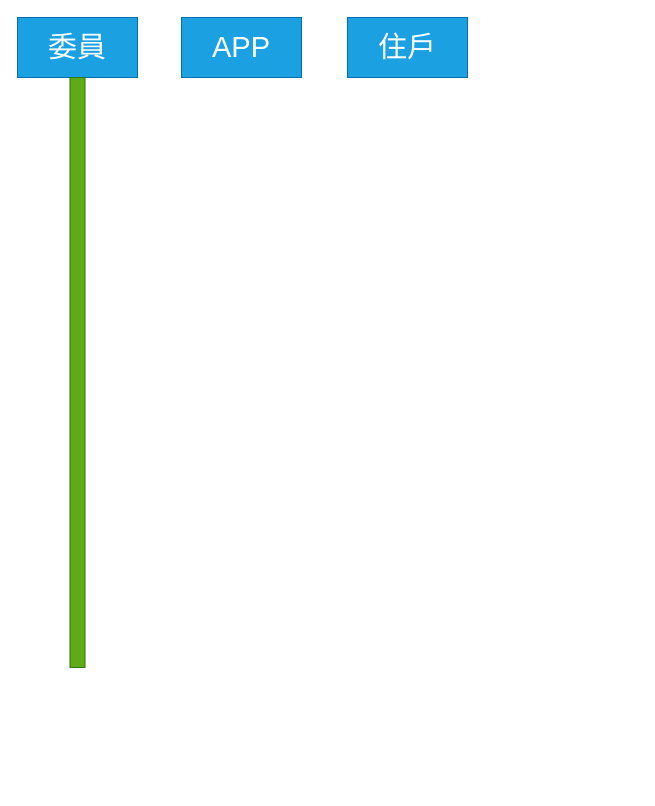
This is anser.drawio from chihuahua1123/111-2HW4, a draw.io file, before an edit. Source tidied: cells renumbered, new cells numbered last; positions are measured from the earlier drawing's top-left corner, leaving out a move shared by most shapes. Both pictures are drawn from the tidied source at 100%, with x=0, y=0 at pixel (17, 17).
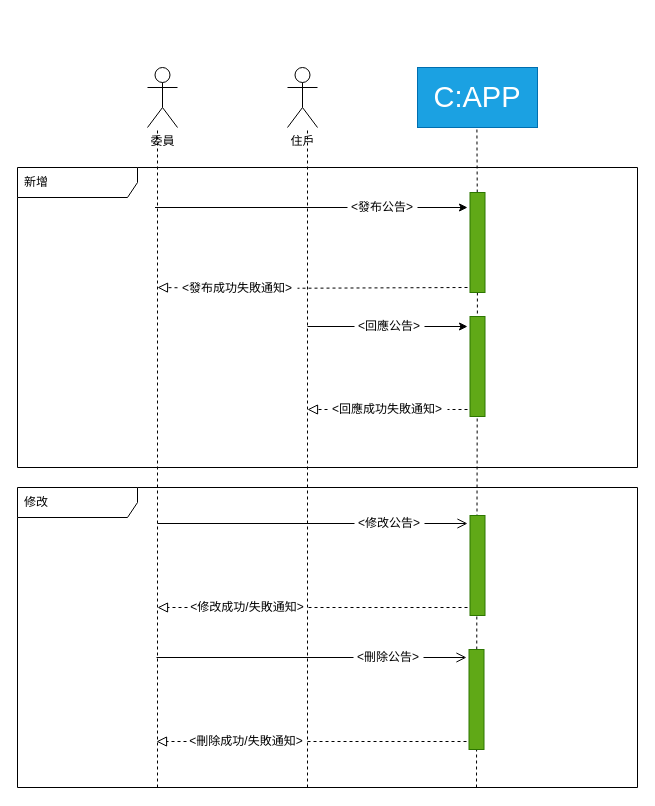
Above is the later version.

Change to the diagram source:
```diff
@@
+    <mxCell id="4" value="&lt;span style=&quot;font-size: 29px;&quot;&gt;C:APP&lt;/span&gt;" style="rounded=0;whiteSpace=wrap;html=1;fillColor=#1ba1e2;fontColor=#ffffff;strokeColor=#006EAF;" parent="1" vertex="1">
+      <mxGeometry x="400" y="50" width="120" height="60" as="geometry" />
+    </mxCell>
+    <mxCell id="6" style="endArrow=none;dashed=1;html=1;" parent="1" edge="1">
+      <mxGeometry relative="1" as="geometry">
+        <mxPoint x="290" y="770" as="sourcePoint" />
+        <mxPoint x="290" y="110" as="targetPoint" />
+      </mxGeometry>
+    </mxCell>
+    <mxCell id="7" style="endArrow=none;dashed=1;html=1;startArrow=none;" parent="1" edge="1" source="12">
+      <mxGeometry relative="1" as="geometry">
+        <mxPoint x="459.4" y="110" as="targetPoint" />
+      </mxGeometry>
+    </mxCell>
+    <mxCell id="8" style="endArrow=classic;html=1;startArrow=none;" parent="1" edge="1" source="10">
+      <mxGeometry relative="1" as="geometry">
+        <mxPoint x="450" y="190" as="targetPoint" />
+      </mxGeometry>
+    </mxCell>
+    <mxCell id="9" style="endArrow=none;html=1;" parent="1" edge="1" target="10">
+      <mxGeometry relative="1" as="geometry">
+        <mxPoint x="137.5" y="190" as="sourcePoint" />
+      </mxGeometry>
+    </mxCell>
+    <mxCell id="10" value="&amp;lt;發布公告&amp;gt;" style="text;html=1;strokeColor=none;fillColor=none;align=center;verticalAlign=middle;whiteSpace=wrap;rounded=0;" parent="1" vertex="1">
+      <mxGeometry x="330" y="175" width="70" height="30" as="geometry" />
+    </mxCell>
+    <mxCell id="11" style="endArrow=none;dashed=1;html=1;" parent="1" edge="1" target="12">
+      <mxGeometry relative="1" as="geometry">
+        <mxPoint x="459" y="770" as="sourcePoint" />
+      </mxGeometry>
+    </mxCell>
+    <mxCell id="12" style="rounded=0;whiteSpace=wrap;html=1;fontSize=29;fillColor=#60a917;fontColor=#ffffff;strokeColor=#2D7600;" parent="1" vertex="1">
+      <mxGeometry x="452.5" y="175" width="15" height="100" as="geometry" />
+    </mxCell>
+    <mxCell id="13" style="endArrow=none;dashed=1;html=1;" parent="1" edge="1">
+      <mxGeometry relative="1" as="geometry">
+        <mxPoint x="140" y="770" as="sourcePoint" />
+        <mxPoint x="140" y="110" as="targetPoint" />
+      </mxGeometry>
+    </mxCell>
-    <mxCell id="2" value="&lt;font style=&quot;font-size: 29px;&quot;&gt;委員&lt;/font&gt;" style="rounded=0;whiteSpace=wrap;html=1;fillColor=#1ba1e2;fontColor=#ffffff;strokeColor=#006EAF;" parent="1" vertex="1">
-      <mxGeometry width="120" height="60" as="geometry" />
+    <mxCell id="2" value="委員" style="shape=umlActor;verticalLabelPosition=bottom;verticalAlign=top;html=1;" parent="1" vertex="1">
+      <mxGeometry x="130" y="50" width="30" height="60" as="geometry" />
     </mxCell>
-    <mxCell id="3" value="&lt;span style=&quot;font-size: 29px;&quot;&gt;APP&lt;/span&gt;" style="rounded=0;whiteSpace=wrap;html=1;fillColor=#1ba1e2;fontColor=#ffffff;strokeColor=#006EAF;" parent="1" vertex="1">
-      <mxGeometry x="164" width="120" height="60" as="geometry" />
-    </mxCell>
-    <mxCell id="4" value="&lt;span style=&quot;font-size: 29px;&quot;&gt;住戶&lt;/span&gt;" style="rounded=0;whiteSpace=wrap;html=1;fillColor=#1ba1e2;fontColor=#ffffff;strokeColor=#006EAF;" parent="1" vertex="1">
-      <mxGeometry x="330" width="120" height="60" as="geometry" />
-    </mxCell>
-    <mxCell id="5" style="rounded=0;whiteSpace=wrap;html=1;fontSize=29;fillColor=#60a917;fontColor=#ffffff;strokeColor=#2D7600;" parent="1" vertex="1">
-      <mxGeometry x="52.5" y="60" width="15" height="590" as="geometry" />
-    </mxCell>
+    <mxCell id="14" value="住戶" style="shape=umlActor;verticalLabelPosition=bottom;verticalAlign=top;html=1;" parent="1" vertex="1">
+      <mxGeometry x="270" y="50" width="30" height="60" as="geometry" />
+    </mxCell>
+    <mxCell id="15" style="rounded=0;whiteSpace=wrap;html=1;fontSize=29;fillColor=#60a917;fontColor=#ffffff;strokeColor=#2D7600;" parent="1" vertex="1">
+      <mxGeometry x="452.5" y="299" width="15" height="100" as="geometry" />
+    </mxCell>
+    <mxCell id="16" style="endArrow=classic;html=1;startArrow=none;" parent="1" edge="1" source="18">
+      <mxGeometry relative="1" as="geometry">
+        <mxPoint x="450" y="309" as="targetPoint" />
+      </mxGeometry>
+    </mxCell>
+    <mxCell id="17" style="endArrow=none;html=1;" parent="1" edge="1" target="18">
+      <mxGeometry relative="1" as="geometry">
+        <mxPoint x="290" y="309" as="sourcePoint" />
+      </mxGeometry>
+    </mxCell>
+    <mxCell id="18" value="&amp;lt;回應公告&amp;gt;" style="text;html=1;strokeColor=none;fillColor=none;align=center;verticalAlign=middle;whiteSpace=wrap;rounded=0;" parent="1" vertex="1">
+      <mxGeometry x="337" y="294" width="70" height="30" as="geometry" />
+    </mxCell>
+    <mxCell id="19" value="新增" style="shape=umlFrame;whiteSpace=wrap;html=1;width=120;height=30;boundedLbl=1;verticalAlign=middle;align=left;spacingLeft=5;" parent="1" vertex="1">
+      <mxGeometry y="150" width="620" height="300" as="geometry" />
+    </mxCell>
+    <mxCell id="20" style="endArrow=block;startArrow=none;endFill=0;startFill=0;endSize=8;html=1;verticalAlign=bottom;dashed=1;labelBackgroundColor=none;" parent="1" edge="1" source="22">
+      <mxGeometry relative="1" as="geometry">
+        <mxPoint x="140" y="270" as="targetPoint" />
+      </mxGeometry>
+    </mxCell>
+    <mxCell id="21" style="endArrow=none;startArrow=none;endFill=0;startFill=0;endSize=8;html=1;verticalAlign=bottom;dashed=1;labelBackgroundColor=none;" parent="1" edge="1" target="22">
+      <mxGeometry relative="1" as="geometry">
+        <mxPoint x="450" y="270" as="sourcePoint" />
+      </mxGeometry>
+    </mxCell>
+    <mxCell id="22" value="&amp;lt;發布成功失敗通知&amp;gt;" style="text;html=1;strokeColor=none;fillColor=none;align=center;verticalAlign=middle;whiteSpace=wrap;rounded=0;" parent="1" vertex="1">
+      <mxGeometry x="160" y="256" width="120" height="30" as="geometry" />
+    </mxCell>
+    <mxCell id="23" style="endArrow=block;startArrow=none;endFill=0;startFill=0;endSize=8;html=1;verticalAlign=bottom;dashed=1;labelBackgroundColor=none;" parent="1" edge="1" source="25">
+      <mxGeometry relative="1" as="geometry">
+        <mxPoint x="290" y="392" as="targetPoint" />
+      </mxGeometry>
+    </mxCell>
+    <mxCell id="24" style="endArrow=none;startArrow=none;endFill=0;startFill=0;endSize=8;html=1;verticalAlign=bottom;dashed=1;labelBackgroundColor=none;" parent="1" edge="1" target="25">
+      <mxGeometry relative="1" as="geometry">
+        <mxPoint x="450" y="392" as="sourcePoint" />
+      </mxGeometry>
+    </mxCell>
+    <mxCell id="25" value="&amp;lt;回應成功失敗通知&amp;gt;" style="text;html=1;strokeColor=none;fillColor=none;align=center;verticalAlign=middle;whiteSpace=wrap;rounded=0;" parent="1" vertex="1">
+      <mxGeometry x="310" y="377" width="120" height="30" as="geometry" />
+    </mxCell>
+    <mxCell id="26" style="endArrow=open;startArrow=none;endFill=0;startFill=0;endSize=8;html=1;verticalAlign=bottom;labelBackgroundColor=none;strokeWidth=1;" parent="1" edge="1" source="29">
+      <mxGeometry relative="1" as="geometry">
+        <mxPoint x="450" y="506" as="targetPoint" />
+      </mxGeometry>
+    </mxCell>
+    <mxCell id="27" style="rounded=0;whiteSpace=wrap;html=1;fontSize=29;fillColor=#60a917;fontColor=#ffffff;strokeColor=#2D7600;" parent="1" vertex="1">
+      <mxGeometry x="452.5" y="498" width="15" height="100" as="geometry" />
+    </mxCell>
+    <mxCell id="28" style="endArrow=none;startArrow=none;endFill=0;startFill=0;endSize=8;html=1;verticalAlign=bottom;labelBackgroundColor=none;strokeWidth=1;" parent="1" edge="1" target="29">
+      <mxGeometry relative="1" as="geometry">
+        <mxPoint x="140" y="506" as="sourcePoint" />
+      </mxGeometry>
+    </mxCell>
+    <mxCell id="29" value="&amp;lt;修改公告&amp;gt;" style="text;html=1;strokeColor=none;fillColor=none;align=center;verticalAlign=middle;whiteSpace=wrap;rounded=0;" parent="1" vertex="1">
+      <mxGeometry x="337" y="491" width="70" height="30" as="geometry" />
+    </mxCell>
+    <mxCell id="30" style="endArrow=block;startArrow=none;endFill=0;startFill=0;endSize=8;html=1;verticalAlign=bottom;dashed=1;labelBackgroundColor=none;" parent="1" edge="1" source="32">
+      <mxGeometry relative="1" as="geometry">
+        <mxPoint x="140" y="590" as="targetPoint" />
+      </mxGeometry>
+    </mxCell>
+    <mxCell id="31" style="endArrow=none;startArrow=none;endFill=0;startFill=0;endSize=8;html=1;verticalAlign=bottom;dashed=1;labelBackgroundColor=none;" parent="1" edge="1" target="32">
+      <mxGeometry relative="1" as="geometry">
+        <mxPoint x="450" y="590" as="sourcePoint" />
+      </mxGeometry>
+    </mxCell>
+    <mxCell id="32" value="&amp;lt;修改成功/失敗通知&amp;gt;" style="text;html=1;strokeColor=none;fillColor=none;align=center;verticalAlign=middle;whiteSpace=wrap;rounded=0;" parent="1" vertex="1">
+      <mxGeometry x="170" y="575" width="120" height="30" as="geometry" />
+    </mxCell>
+    <mxCell id="33" style="endArrow=open;startArrow=none;endFill=0;startFill=0;endSize=8;html=1;verticalAlign=bottom;labelBackgroundColor=none;strokeWidth=1;" parent="1" edge="1" source="36">
+      <mxGeometry relative="1" as="geometry">
+        <mxPoint x="449" y="640" as="targetPoint" />
+      </mxGeometry>
+    </mxCell>
+    <mxCell id="34" style="rounded=0;whiteSpace=wrap;html=1;fontSize=29;fillColor=#60a917;fontColor=#ffffff;strokeColor=#2D7600;" parent="1" vertex="1">
+      <mxGeometry x="451.5" y="632" width="15" height="100" as="geometry" />
+    </mxCell>
+    <mxCell id="35" style="endArrow=none;startArrow=none;endFill=0;startFill=0;endSize=8;html=1;verticalAlign=bottom;labelBackgroundColor=none;strokeWidth=1;" parent="1" edge="1" target="36">
+      <mxGeometry relative="1" as="geometry">
+        <mxPoint x="139" y="640" as="sourcePoint" />
+      </mxGeometry>
+    </mxCell>
+    <mxCell id="36" value="&amp;lt;刪除公告&amp;gt;" style="text;html=1;strokeColor=none;fillColor=none;align=center;verticalAlign=middle;whiteSpace=wrap;rounded=0;" parent="1" vertex="1">
+      <mxGeometry x="336" y="625" width="70" height="30" as="geometry" />
+    </mxCell>
+    <mxCell id="37" style="endArrow=block;startArrow=none;endFill=0;startFill=0;endSize=8;html=1;verticalAlign=bottom;dashed=1;labelBackgroundColor=none;" parent="1" edge="1" source="39">
+      <mxGeometry relative="1" as="geometry">
+        <mxPoint x="139" y="724" as="targetPoint" />
+      </mxGeometry>
+    </mxCell>
+    <mxCell id="38" style="endArrow=none;startArrow=none;endFill=0;startFill=0;endSize=8;html=1;verticalAlign=bottom;dashed=1;labelBackgroundColor=none;" parent="1" edge="1" target="39">
+      <mxGeometry relative="1" as="geometry">
+        <mxPoint x="449" y="724" as="sourcePoint" />
+      </mxGeometry>
+    </mxCell>
+    <mxCell id="39" value="&amp;lt;刪除成功/失敗通知&amp;gt;" style="text;html=1;strokeColor=none;fillColor=none;align=center;verticalAlign=middle;whiteSpace=wrap;rounded=0;" parent="1" vertex="1">
+      <mxGeometry x="169" y="709" width="120" height="30" as="geometry" />
+    </mxCell>
+    <mxCell id="40" value="修改" style="shape=umlFrame;whiteSpace=wrap;html=1;width=120;height=30;boundedLbl=1;verticalAlign=middle;align=left;spacingLeft=5;" parent="1" vertex="1">
+      <mxGeometry y="470" width="620" height="300" as="geometry" />
+    </mxCell>
```
